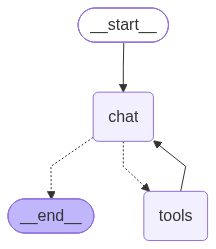
Above: docs/generated/langgraph-agent.png in LongQz/LumenPilot (Mermaid), before the change. Its source is kept beside it as docs/generated/langgraph-agent.mmd.
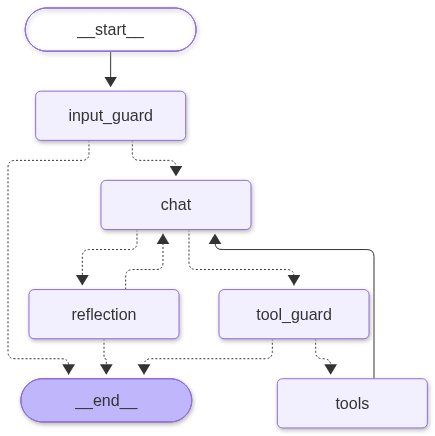
Later version of the same file.

Change to the diagram source:
```diff
@@ -5,12 +5,21 @@
 ---
 graph TD;
 	__start__([<p>__start__</p>]):::first
+	input_guard(input_guard)
 	chat(chat)
+	tool_guard(tool_guard)
 	tools(tools)
+	reflection(reflection)
 	__end__([<p>__end__</p>]):::last
-	__start__ --> chat;
-	chat -.-> __end__;
-	chat -.-> tools;
+	__start__ --> input_guard;
+	chat -.-> reflection;
+	chat -.-> tool_guard;
+	input_guard -.-> __end__;
+	input_guard -.-> chat;
+	reflection -.-> __end__;
+	reflection -.-> chat;
+	tool_guard -.-> __end__;
+	tool_guard -.-> tools;
 	tools --> chat;
 	classDef default fill:#f2f0ff,line-height:1.2
 	classDef first fill-opacity:0
```
